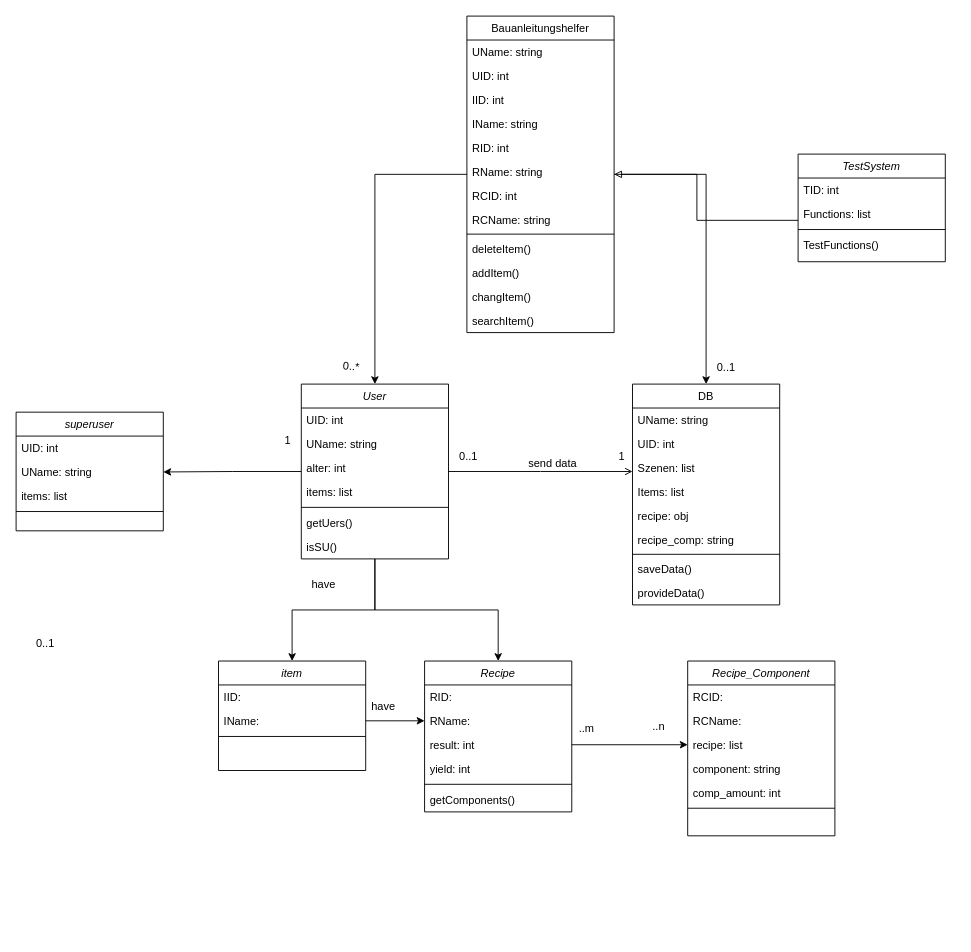
This is klassendiabauantleitungshelfer.drawio from schattnkatz98/Team-Projekt-Michael-u-Julian, a draw.io file, before an edit. Source tidied: cells renumbered, new cells numbered last; positions are measured from the earlier drawing's top-left corner, leaving out a move shared by most shapes. Both pictures are drawn from the tidied source at 92%, with x=0, y=0 at pixel (16, 16).
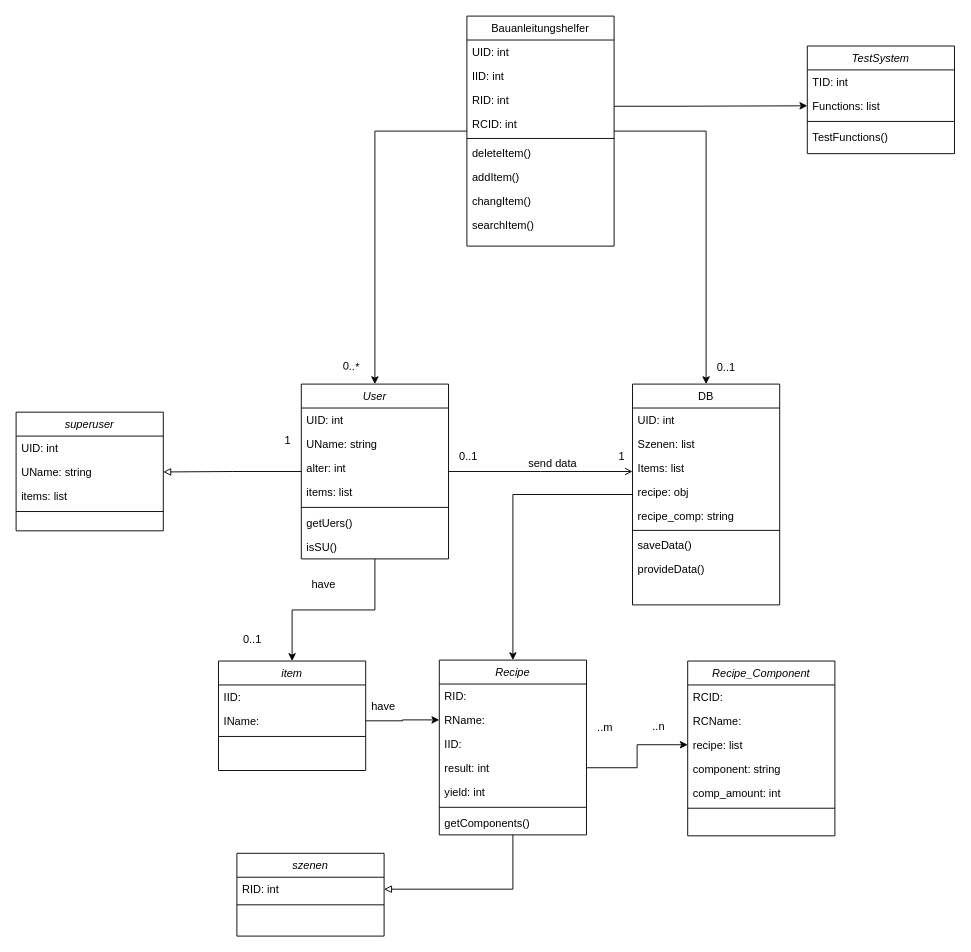
The same page after the edit.

The change refers to these unchanged cells:
```xml
<mxCell id="5" value="User" style="swimlane;fontStyle=2;align=center;verticalAlign=top;horizontal=1;startSize=26;rounded=0;shadow=0;strokeWidth=1;" parent="1" vertex="1">
  <mxGeometry x="310" y="400" width="160" height="190" as="geometry" />
</mxCell>
<mxCell id="13" value="DB" style="swimlane;fontStyle=0;align=center;verticalAlign=top;horizontal=1;startSize=26;rounded=0;shadow=0;strokeWidth=1;" parent="1" vertex="1">
  <mxGeometry x="670" y="400" width="160" height="240" as="geometry" />
</mxCell>
<mxCell id="71" value="UName: string" style="text;align=left;verticalAlign=top;spacingLeft=4;spacingRight=4;overflow=hidden;points=[[0,0.5],[1,0.5]];portConstraint=eastwest;rounded=0;shadow=0;html=0;" parent="69" vertex="1">
  <mxGeometry y="52" width="160" height="26" as="geometry" />
</mxCell>
<mxCell id="79" value="Functions: list" style="text;align=left;verticalAlign=top;spacingLeft=4;spacingRight=4;overflow=hidden;points=[[0,0.5],[1,0.5]];portConstraint=eastwest;rounded=0;shadow=0;html=0;" parent="77" vertex="1">
  <mxGeometry y="52" width="160" height="26" as="geometry" />
</mxCell>
```

What changed in the source:
```diff
@@
-    <mxCell id="2" style="edgeStyle=orthogonalEdgeStyle;rounded=0;jettySize=auto;html=1;entryX=0.5;entryY=0;entryDx=0;entryDy=0;" parent="1" edge="1" source="5" target="31">
-      <mxGeometry relative="1" as="geometry" />
-    </mxCell>
@@
-    <mxCell id="4" style="edgeStyle=orthogonalEdgeStyle;rounded=0;jettySize=auto;html=1;entryX=1;entryY=0.5;entryDx=0;entryDy=0;" parent="1" edge="1" source="5" target="71">
+    <mxCell id="4" style="edgeStyle=orthogonalEdgeStyle;rounded=0;jettySize=auto;html=1;entryX=1;entryY=0.5;entryDx=0;entryDy=0;endArrow=block;endFill=0;" parent="1" edge="1" source="5" target="71">
       <mxGeometry relative="1" as="geometry" />
     </mxCell>
@@
+    <mxCell id="82" style="edgeStyle=orthogonalEdgeStyle;rounded=0;jettySize=auto;html=1;entryX=0.5;entryY=0;entryDx=0;entryDy=0;" parent="1" edge="1" source="13" target="31">
+      <mxGeometry relative="1" as="geometry" />
+    </mxCell>
@@
-    <mxCell id="14" value="UName: string" style="text;align=left;verticalAlign=top;spacingLeft=4;spacingRight=4;overflow=hidden;rounded=0;shadow=0;html=0;" parent="13" vertex="1">
-      <mxGeometry y="26" width="160" height="26" as="geometry" />
-    </mxCell>
     <mxCell id="15" value="UID: int" style="text;align=left;verticalAlign=top;spacingLeft=4;spacingRight=4;overflow=hidden;rounded=0;shadow=0;html=0;" parent="13" vertex="1">
-      <mxGeometry y="52" width="160" height="26" as="geometry" />
+      <mxGeometry y="26" width="160" height="26" as="geometry" />
     </mxCell>
     <mxCell id="16" value="Szenen: list" style="text;align=left;verticalAlign=top;spacingLeft=4;spacingRight=4;overflow=hidden;" parent="13" vertex="1">
-      <mxGeometry y="78" width="160" height="26" as="geometry" />
+      <mxGeometry y="52" width="160" height="26" as="geometry" />
     </mxCell>
     <mxCell id="17" value="Items: list" style="text;align=left;verticalAlign=top;spacingLeft=4;spacingRight=4;overflow=hidden;" parent="13" vertex="1">
-      <mxGeometry y="104" width="160" height="26" as="geometry" />
+      <mxGeometry y="78" width="160" height="26" as="geometry" />
     </mxCell>
     <mxCell id="18" value="recipe: obj" style="text;align=left;verticalAlign=top;spacingLeft=4;spacingRight=4;overflow=hidden;" parent="13" vertex="1">
-      <mxGeometry y="130" width="160" height="26" as="geometry" />
+      <mxGeometry y="104" width="160" height="26" as="geometry" />
     </mxCell>
     <mxCell id="19" value="recipe_comp: string" style="text;align=left;verticalAlign=top;spacingLeft=4;spacingRight=4;overflow=hidden;" parent="13" vertex="1">
-      <mxGeometry y="156" width="160" height="26" as="geometry" />
+      <mxGeometry y="130" width="160" height="26" as="geometry" />
     </mxCell>
     <mxCell id="20" style="line;html=1;strokeWidth=1;align=left;verticalAlign=middle;spacingTop=-1;spacingLeft=3;spacingRight=3;labelPosition=right;" parent="13" vertex="1">
-      <mxGeometry y="182" width="160" height="6" as="geometry" />
+      <mxGeometry y="156" width="160" height="6" as="geometry" />
     </mxCell>
     <mxCell id="21" value="saveData()" style="text;align=left;verticalAlign=top;spacingLeft=4;spacingRight=4;overflow=hidden;" parent="13" vertex="1">
-      <mxGeometry y="188" width="160" height="26" as="geometry" />
+      <mxGeometry y="162" width="160" height="26" as="geometry" />
     </mxCell>
     <mxCell id="22" value="provideData()" style="text;align=left;verticalAlign=top;spacingLeft=4;spacingRight=4;overflow=hidden;" parent="13" vertex="1">
-      <mxGeometry y="214" width="160" height="26" as="geometry" />
+      <mxGeometry y="188" width="160" height="26" as="geometry" />
     </mxCell>
@@
+    <mxCell id="83" style="edgeStyle=orthogonalEdgeStyle;rounded=0;jettySize=auto;html=1;entryX=1;entryY=0.5;entryDx=0;entryDy=0;endArrow=block;endFill=0;" parent="1" edge="1" source="31" target="87">
+      <mxGeometry relative="1" as="geometry" />
+    </mxCell>
     <mxCell id="31" value="Recipe" style="swimlane;fontStyle=2;align=center;verticalAlign=top;horizontal=1;startSize=26;rounded=0;shadow=0;strokeWidth=1;" parent="1" vertex="1">
-      <mxGeometry x="444" y="701" width="160" height="164" as="geometry" />
+      <mxGeometry x="460" y="700" width="160" height="190" as="geometry" />
     </mxCell>
@@
+    <mxCell id="84" value="IID:" style="text;align=left;verticalAlign=top;spacingLeft=4;spacingRight=4;overflow=hidden;" parent="31" vertex="1">
+      <mxGeometry y="78" width="160" height="26" as="geometry" />
+    </mxCell>
     <mxCell id="34" value="result: int" style="text;align=left;verticalAlign=top;spacingLeft=4;spacingRight=4;overflow=hidden;points=[[0,0.5],[1,0.5]];portConstraint=eastwest;rounded=0;shadow=0;html=0;" parent="31" vertex="1">
-      <mxGeometry y="78" width="160" height="26" as="geometry" />
+      <mxGeometry y="104" width="160" height="26" as="geometry" />
     </mxCell>
     <mxCell id="35" value="yield: int" style="text;align=left;verticalAlign=top;spacingLeft=4;spacingRight=4;overflow=hidden;rounded=0;shadow=0;html=0;" parent="31" vertex="1">
-      <mxGeometry y="104" width="160" height="26" as="geometry" />
+      <mxGeometry y="130" width="160" height="26" as="geometry" />
     </mxCell>
     <mxCell id="36" style="line;html=1;strokeWidth=1;align=left;verticalAlign=middle;spacingTop=-1;spacingLeft=3;spacingRight=3;labelPosition=right;" parent="31" vertex="1">
-      <mxGeometry y="130" width="160" height="8" as="geometry" />
+      <mxGeometry y="156" width="160" height="8" as="geometry" />
     </mxCell>
     <mxCell id="37" value="getComponents()" style="text;align=left;verticalAlign=top;spacingLeft=4;spacingRight=4;overflow=hidden;" parent="31" vertex="1">
-      <mxGeometry y="138" width="160" height="26" as="geometry" />
+      <mxGeometry y="164" width="160" height="26" as="geometry" />
     </mxCell>
@@
     <mxCell id="48" value="Bauanleitungshelfer" style="swimlane;fontStyle=0;align=center;verticalAlign=top;horizontal=1;startSize=26;rounded=0;shadow=0;strokeWidth=1;" parent="1" vertex="1">
-      <mxGeometry x="490" width="160" height="344" as="geometry" />
+      <mxGeometry x="490" width="160" height="250" as="geometry" />
     </mxCell>
-    <mxCell id="49" value="UName: string" style="text;align=left;verticalAlign=top;spacingLeft=4;spacingRight=4;overflow=hidden;rounded=0;shadow=0;html=0;" parent="48" vertex="1">
-      <mxGeometry y="26" width="160" height="26" as="geometry" />
-    </mxCell>
     <mxCell id="50" value="UID: int" style="text;align=left;verticalAlign=top;spacingLeft=4;spacingRight=4;overflow=hidden;rounded=0;shadow=0;html=0;" parent="48" vertex="1">
-      <mxGeometry y="52" width="160" height="26" as="geometry" />
+      <mxGeometry y="26" width="160" height="26" as="geometry" />
     </mxCell>
     <mxCell id="51" value="IID: int" style="text;align=left;verticalAlign=top;spacingLeft=4;spacingRight=4;overflow=hidden;" parent="48" vertex="1">
-      <mxGeometry y="78" width="160" height="26" as="geometry" />
+      <mxGeometry y="52" width="160" height="26" as="geometry" />
     </mxCell>
-    <mxCell id="52" value="IName: string" style="text;align=left;verticalAlign=top;spacingLeft=4;spacingRight=4;overflow=hidden;" parent="48" vertex="1">
-      <mxGeometry y="104" width="160" height="26" as="geometry" />
-    </mxCell>
     <mxCell id="53" value="RID: int" style="text;align=left;verticalAlign=top;spacingLeft=4;spacingRight=4;overflow=hidden;points=[[0,0.5],[1,0.5]];portConstraint=eastwest;" parent="48" vertex="1">
-      <mxGeometry y="130" width="160" height="26" as="geometry" />
+      <mxGeometry y="78" width="160" height="26" as="geometry" />
     </mxCell>
-    <mxCell id="54" value="RName: string" style="text;align=left;verticalAlign=top;spacingLeft=4;spacingRight=4;overflow=hidden;" parent="48" vertex="1">
-      <mxGeometry y="156" width="160" height="26" as="geometry" />
-    </mxCell>
     <mxCell id="55" value="RCID: int" style="text;align=left;verticalAlign=top;spacingLeft=4;spacingRight=4;overflow=hidden;" parent="48" vertex="1">
-      <mxGeometry y="182" width="160" height="26" as="geometry" />
+      <mxGeometry y="104" width="160" height="26" as="geometry" />
     </mxCell>
-    <mxCell id="56" value="RCName: string" style="text;align=left;verticalAlign=top;spacingLeft=4;spacingRight=4;overflow=hidden;" parent="48" vertex="1">
-      <mxGeometry y="208" width="160" height="26" as="geometry" />
-    </mxCell>
     <mxCell id="57" style="line;html=1;strokeWidth=1;align=left;verticalAlign=middle;spacingTop=-1;spacingLeft=3;spacingRight=3;labelPosition=right;" parent="48" vertex="1">
-      <mxGeometry y="234" width="160" height="6" as="geometry" />
+      <mxGeometry y="130" width="160" height="6" as="geometry" />
     </mxCell>
     <mxCell id="58" value="deleteItem()" style="text;align=left;verticalAlign=top;spacingLeft=4;spacingRight=4;overflow=hidden;" parent="48" vertex="1">
-      <mxGeometry y="240" width="160" height="26" as="geometry" />
+      <mxGeometry y="136" width="160" height="26" as="geometry" />
     </mxCell>
     <mxCell id="59" value="addItem()" style="text;align=left;verticalAlign=top;spacingLeft=4;spacingRight=4;overflow=hidden;" parent="48" vertex="1">
-      <mxGeometry y="266" width="160" height="26" as="geometry" />
+      <mxGeometry y="162" width="160" height="26" as="geometry" />
     </mxCell>
     <mxCell id="60" value="changItem()" style="text;align=left;verticalAlign=top;spacingLeft=4;spacingRight=4;overflow=hidden;" parent="48" vertex="1">
-      <mxGeometry y="292" width="160" height="26" as="geometry" />
+      <mxGeometry y="188" width="160" height="26" as="geometry" />
     </mxCell>
     <mxCell id="61" value="searchItem()" style="text;align=left;verticalAlign=top;spacingLeft=4;spacingRight=4;overflow=hidden;" parent="48" vertex="1">
-      <mxGeometry y="318" width="160" height="26" as="geometry" />
+      <mxGeometry y="214" width="160" height="26" as="geometry" />
     </mxCell>
@@
     <mxCell id="65" value="..m" style="align=left;verticalAlign=bottom;labelBackgroundColor=none;fontSize=12;" parent="1" vertex="1">
-      <mxGeometry x="610" y="783" as="geometry" />
+      <mxGeometry x="630" y="782" as="geometry" />
     </mxCell>
@@
     <mxCell id="74" value="0..1" style="align=left;verticalAlign=bottom;labelBackgroundColor=none;fontSize=12;" parent="1" vertex="1">
-      <mxGeometry x="20" y="690" as="geometry" />
+      <mxGeometry x="240" y="690" as="geometry">
+        <mxPoint x="5" y="-4" as="offset" />
+      </mxGeometry>
     </mxCell>
@@
-    <mxCell id="76" style="edgeStyle=orthogonalEdgeStyle;rounded=0;jettySize=auto;html=1;entryX=1;entryY=0.5;entryDx=0;entryDy=0;endArrow=block;endFill=0;" parent="1" edge="1" source="77" target="48">
-      <mxGeometry relative="1" as="geometry">
-        <Array as="points">
-          <mxPoint x="740" y="222" />
-          <mxPoint x="740" y="172" />
-        </Array>
-      </mxGeometry>
-    </mxCell>
     <mxCell id="77" value="TestSystem" style="swimlane;fontStyle=2;align=center;verticalAlign=top;horizontal=1;startSize=26;rounded=0;shadow=0;strokeWidth=1;" parent="1" vertex="1">
-      <mxGeometry x="850" y="150" width="160" height="117" as="geometry" />
+      <mxGeometry x="860" y="32.5" width="160" height="117" as="geometry" />
     </mxCell>
@@
+    <mxCell id="85" style="edgeStyle=orthogonalEdgeStyle;rounded=0;jettySize=auto;html=1;entryX=0;entryY=0.5;entryDx=0;entryDy=0;" parent="1" edge="1" source="53" target="79">
+      <mxGeometry relative="1" as="geometry">
+        <Array as="points">
+          <mxPoint x="710" y="98" />
+          <mxPoint x="710" y="98" />
+        </Array>
+      </mxGeometry>
+    </mxCell>
+    <mxCell id="86" value="szenen" style="swimlane;fontStyle=2;align=center;verticalAlign=top;horizontal=1;startSize=26;rounded=0;shadow=0;strokeWidth=1;" parent="1" vertex="1">
+      <mxGeometry x="240" y="910" width="160" height="90" as="geometry" />
+    </mxCell>
+    <mxCell id="87" value="RID: int" style="text;align=left;verticalAlign=top;spacingLeft=4;spacingRight=4;overflow=hidden;points=[[0,0.5],[1,0.5]];portConstraint=eastwest;" parent="86" vertex="1">
+      <mxGeometry y="26" width="160" height="26" as="geometry" />
+    </mxCell>
+    <mxCell id="88" style="line;html=1;strokeWidth=1;align=left;verticalAlign=middle;spacingTop=-1;spacingLeft=3;spacingRight=3;labelPosition=right;" parent="86" vertex="1">
+      <mxGeometry y="52" width="160" height="8" as="geometry" />
+    </mxCell>
```
